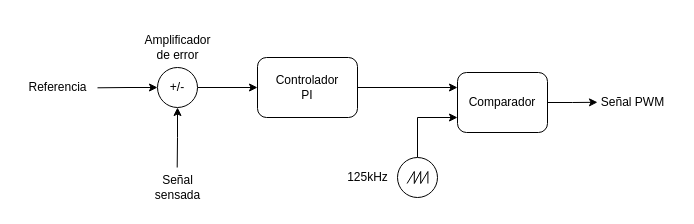
Above: diagrams/compensador.drawio in enzosanchezc/proyecto-final (draw.io), before the change. Source tidied: cells renumbered, new cells numbered last; positions are measured from the earlier drawing's top-left corner, leaving out a move shared by most shapes. Both pictures are drawn from the tidied source at 100%, with x=0, y=0 at pixel (17, 27).
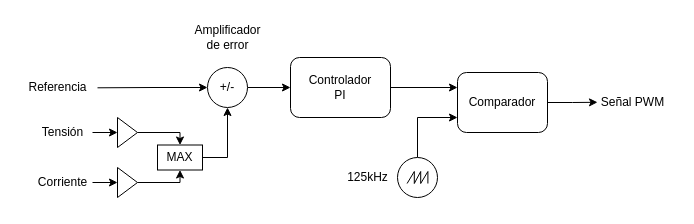
The same page after the edit.

The edit, as a diff of the source:
```diff
@@
-    <mxCell id="3" style="edgeStyle=orthogonalEdgeStyle;rounded=0;jettySize=auto;html=1;exitX=0.5;exitY=1;exitDx=0;exitDy=0;startArrow=classic;startFill=1;endArrow=none;endFill=0;" parent="1" edge="1" source="5">
-      <mxGeometry relative="1" as="geometry">
-        <mxPoint x="159.7" y="140" as="targetPoint" />
-      </mxGeometry>
-    </mxCell>
@@
     <mxCell id="5" value="+/-" style="ellipse;whiteSpace=wrap;html=1;" parent="1" vertex="1">
-      <mxGeometry x="140" y="40" width="40" height="40" as="geometry" />
+      <mxGeometry x="190" y="40" width="40" height="40" as="geometry" />
     </mxCell>
+    <mxCell id="17" style="edgeStyle=none;html=1;" parent="1" edge="1" source="6" target="19">
+      <mxGeometry relative="1" as="geometry" />
+    </mxCell>
-    <mxCell id="6" value="Señal&lt;br&gt;sensada" style="text;html=1;align=center;verticalAlign=middle;points=[];strokeColor=none;fillColor=none;" parent="1" vertex="1">
-      <mxGeometry x="125" y="140" width="70" height="40" as="geometry" />
+    <mxCell id="6" value="Tensión" style="text;html=1;align=center;verticalAlign=middle;points=[];strokeColor=none;fillColor=none;" parent="1" vertex="1">
+      <mxGeometry x="15" y="95" width="60" height="20" as="geometry" />
     </mxCell>
@@
     <mxCell id="9" value="Controlador&lt;br&gt;PI" style="rounded=1;whiteSpace=wrap;html=1;" parent="1" vertex="1">
-      <mxGeometry x="240" y="30" width="100" height="60" as="geometry" />
+      <mxGeometry x="273" y="30" width="100" height="60" as="geometry" />
     </mxCell>
@@
     <mxCell id="16" value="Amplificador&lt;br&gt;de error" style="text;html=1;align=center;verticalAlign=middle;strokeColor=none;fillColor=none;" parent="1" vertex="1">
-      <mxGeometry x="115" width="90" height="40" as="geometry" />
+      <mxGeometry x="165" y="-10" width="90" height="40" as="geometry" />
     </mxCell>
+    <mxCell id="18" style="edgeStyle=orthogonalEdgeStyle;html=1;exitX=1;exitY=0.5;exitDx=0;exitDy=0;entryX=0.5;entryY=0;entryDx=0;entryDy=0;rounded=0;" parent="1" edge="1" source="19" target="25">
+      <mxGeometry relative="1" as="geometry" />
+    </mxCell>
+    <mxCell id="19" style="triangle;whiteSpace=wrap;html=1;" parent="1" vertex="1">
+      <mxGeometry x="100" y="90" width="20" height="30" as="geometry" />
+    </mxCell>
+    <mxCell id="20" style="edgeStyle=none;html=1;" parent="1" edge="1" source="21" target="23">
+      <mxGeometry relative="1" as="geometry" />
+    </mxCell>
+    <mxCell id="21" value="Corriente" style="text;html=1;align=center;verticalAlign=middle;points=[];strokeColor=none;fillColor=none;" parent="1" vertex="1">
+      <mxGeometry x="15" y="145" width="60" height="20" as="geometry" />
+    </mxCell>
+    <mxCell id="22" style="edgeStyle=orthogonalEdgeStyle;rounded=0;html=1;exitX=1;exitY=0.5;exitDx=0;exitDy=0;entryX=0.5;entryY=1;entryDx=0;entryDy=0;" parent="1" edge="1" source="23" target="25">
+      <mxGeometry relative="1" as="geometry" />
+    </mxCell>
+    <mxCell id="23" style="triangle;whiteSpace=wrap;html=1;" parent="1" vertex="1">
+      <mxGeometry x="100" y="140" width="20" height="30" as="geometry" />
+    </mxCell>
+    <mxCell id="24" style="edgeStyle=orthogonalEdgeStyle;rounded=0;html=1;exitX=1;exitY=0.5;exitDx=0;exitDy=0;entryX=0.5;entryY=1;entryDx=0;entryDy=0;" parent="1" edge="1" source="25" target="5">
+      <mxGeometry relative="1" as="geometry" />
+    </mxCell>
+    <mxCell id="25" value="MAX" style="rounded=0;whiteSpace=wrap;html=1;" parent="1" vertex="1">
+      <mxGeometry x="140" y="117.5" width="45" height="25" as="geometry" />
+    </mxCell>
```
